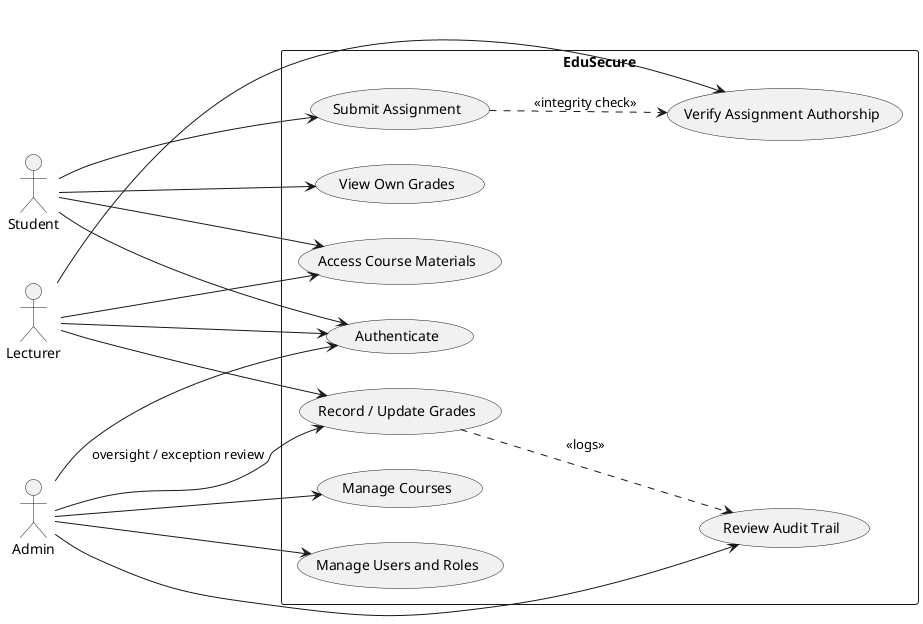
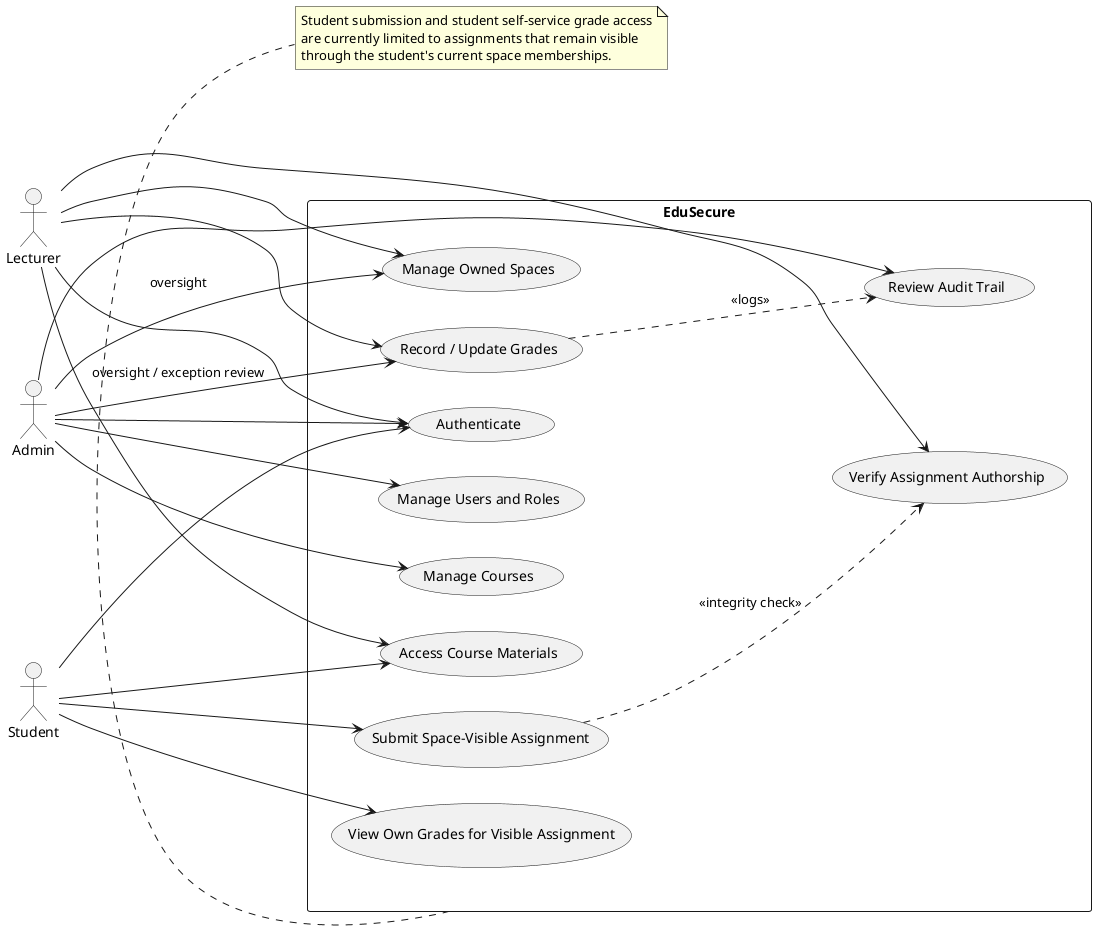
@startuml
left to right direction
skinparam packageStyle rectangle

actor Student
actor Lecturer
actor Admin

rectangle EduSecure {
  usecase "Authenticate" as UC1
  usecase "Access Course Materials" as UC2
-   usecase "Submit Assignment" as UC3
+   usecase "Submit Space-Visible Assignment" as UC3
  usecase "Verify Assignment Authorship" as UC4
-   usecase "View Own Grades" as UC5
+   usecase "View Own Grades for Visible Assignment" as UC5
+   usecase "Manage Owned Spaces" as UC10
  usecase "Record / Update Grades" as UC6
  usecase "Review Audit Trail" as UC7
  usecase "Manage Users and Roles" as UC8
  usecase "Manage Courses" as UC9
}

Student --> UC1
Student --> UC2
Student --> UC3
Student --> UC5

Lecturer --> UC1
Lecturer --> UC2
Lecturer --> UC4
Lecturer --> UC6
+ Lecturer --> UC10

Admin --> UC1
Admin --> UC7
Admin --> UC8
Admin --> UC9
+ Admin --> UC10 : oversight

Admin --> UC6 : oversight / exception review
UC6 ..> UC7 : <<logs>>
UC3 ..> UC4 : <<integrity check>>
+ 
+ note bottom of EduSecure
+ Student submission and student self-service grade access
+ are currently limited to assignments that remain visible
+ through the student's current space memberships.
+ end note
@enduml

